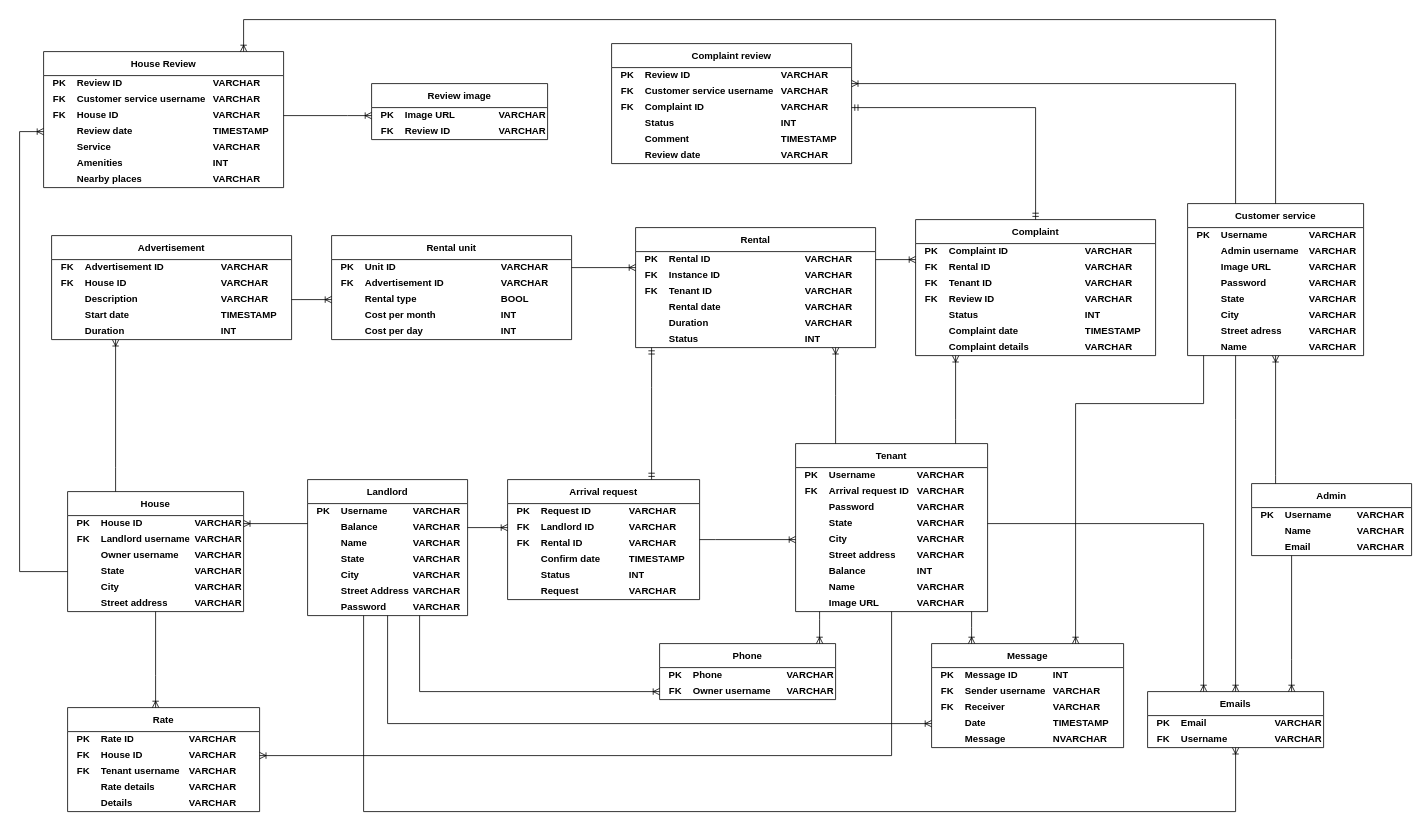
Semsary/Documentation keeps this draw.io diagram as docs/diagrams/schema/final schema.drawio. Above is the earlier version. Source tidied: cells renumbered, new cells numbered last; positions are measured from the earlier drawing's top-left corner, leaving out a move shared by most shapes. Both pictures are drawn from the tidied source at 80%, with x=0, y=0 at pixel (19, 19).
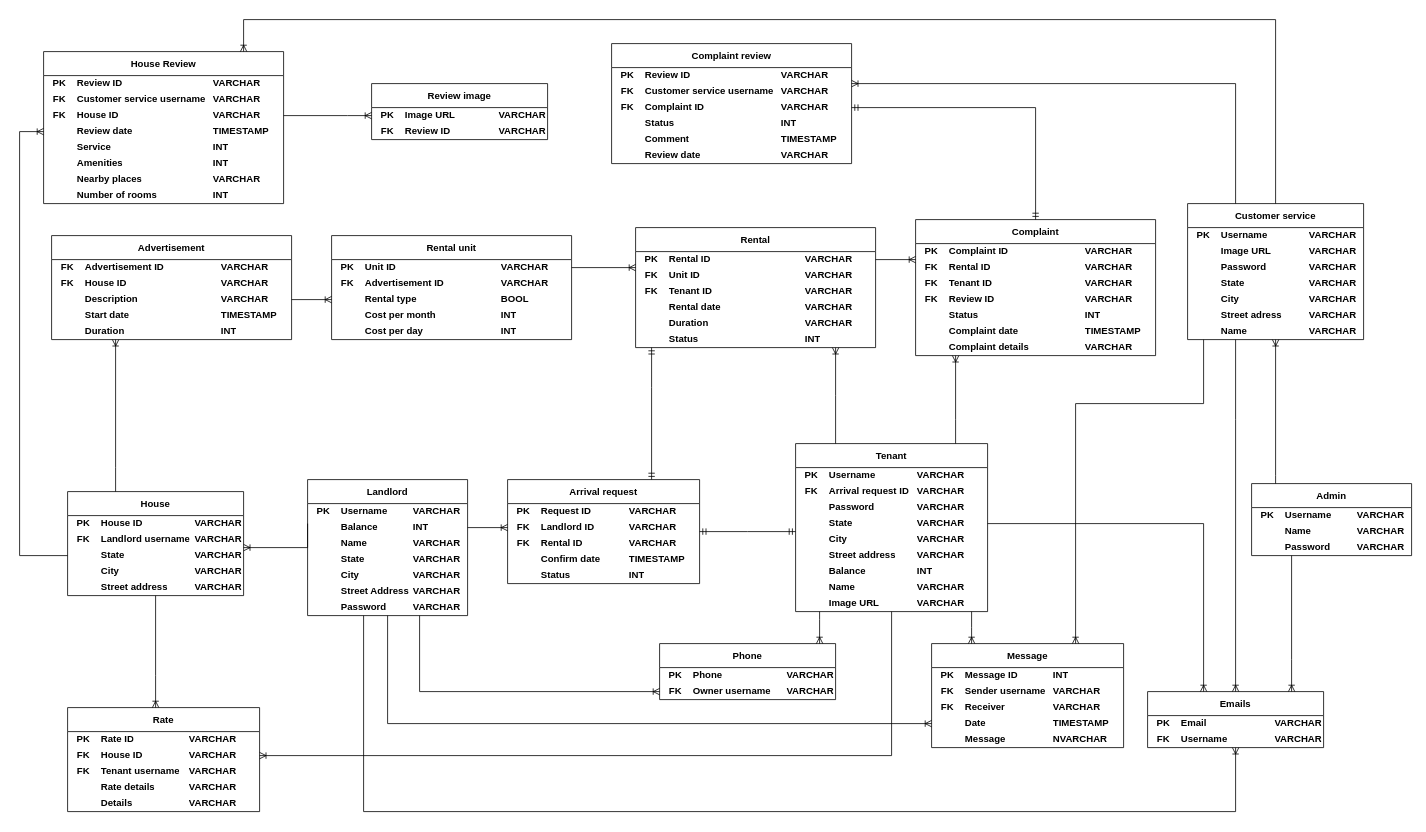
The same page after the edit.

Commit message (it also covers changes not shown here):
erd and schema updated

Unchanged cells that the change refers to:
```xml
<mxCell id="3" style="shape=tableRow;horizontal=0;startSize=0;swimlaneHead=0;swimlaneBody=0;strokeColor=inherit;top=0;left=0;bottom=0;right=0;fillColor=none;points=[[0,0.5],[1,0.5]];portConstraint=eastwest;fontStyle=1;" parent="2" vertex="1">
  <mxGeometry y="30" width="220" height="20" as="geometry" />
</mxCell>
<mxCell id="32" style="shape=tableRow;horizontal=0;startSize=0;swimlaneHead=0;swimlaneBody=0;strokeColor=inherit;top=0;left=0;bottom=0;right=0;fillColor=none;points=[[0,0.5],[1,0.5]];portConstraint=eastwest;fontStyle=1;" parent="27" vertex="1">
  <mxGeometry y="50" width="200" height="20" as="geometry" />
</mxCell>
<mxCell id="75" style="shape=tableRow;horizontal=0;startSize=0;swimlaneHead=0;swimlaneBody=0;strokeColor=inherit;top=0;left=0;bottom=0;right=0;fillColor=none;points=[[0,0.5],[1,0.5]];portConstraint=eastwest;fontStyle=1;" parent="66" vertex="1">
  <mxGeometry y="70" width="200" height="20" as="geometry" />
</mxCell>
<mxCell id="125" style="shape=tableRow;horizontal=0;startSize=0;swimlaneHead=0;swimlaneBody=0;strokeColor=inherit;top=0;left=0;bottom=0;right=0;fillColor=none;points=[[0,0.5],[1,0.5]];portConstraint=eastwest;fontStyle=1;" parent="112" vertex="1">
  <mxGeometry y="90" width="300" height="20" as="geometry" />
</mxCell>
<mxCell id="129" style="shape=tableRow;horizontal=0;startSize=0;swimlaneHead=0;swimlaneBody=0;strokeColor=inherit;top=0;left=0;bottom=0;right=0;fillColor=none;fontStyle=1;" parent="112" vertex="1">
  <mxGeometry y="110" width="300" height="20" as="geometry" />
</mxCell>
<mxCell id="172" style="shape=tableRow;horizontal=0;startSize=0;swimlaneHead=0;swimlaneBody=0;strokeColor=inherit;top=0;left=0;bottom=0;right=0;fillColor=none;points=[[0,0.5],[1,0.5]];portConstraint=eastwest;fontStyle=1;" parent="167" vertex="1">
  <mxGeometry y="50" width="240" height="20" as="geometry" />
</mxCell>
<mxCell id="176" style="shape=tableRow;horizontal=0;startSize=0;swimlaneHead=0;swimlaneBody=0;strokeColor=inherit;top=0;left=0;bottom=0;right=0;fillColor=none;points=[[0,0.5],[1,0.5]];portConstraint=eastwest;fontStyle=1;" parent="167" vertex="1">
  <mxGeometry y="70" width="240" height="20" as="geometry" />
</mxCell>
<mxCell id="206" style="shape=tableRow;horizontal=0;startSize=0;swimlaneHead=0;swimlaneBody=0;strokeColor=inherit;top=0;left=0;bottom=0;right=0;fillColor=none;points=[[0,0.5],[1,0.5]];portConstraint=eastwest;fontStyle=1;" parent="193" vertex="1">
  <mxGeometry y="90" width="240" height="20" as="geometry" />
</mxCell>
<mxCell id="210" style="shape=tableRow;horizontal=0;startSize=0;swimlaneHead=0;swimlaneBody=0;strokeColor=inherit;top=0;left=0;bottom=0;right=0;fillColor=none;points=[[0,0.5],[1,0.5]];portConstraint=eastwest;fontStyle=1;" parent="193" vertex="1">
  <mxGeometry y="110" width="240" height="20" as="geometry" />
</mxCell>
<mxCell id="307" style="shape=tableRow;horizontal=0;startSize=0;swimlaneHead=0;swimlaneBody=0;strokeColor=inherit;top=0;left=0;bottom=0;right=0;fillColor=none;fontStyle=1;" parent="302" vertex="1">
  <mxGeometry y="50" width="300" height="20" as="geometry" />
</mxCell>
<mxCell id="386" value="Message" style="shape=table;startSize=30;childLayout=tableLayout;shadow=0;swimlaneLine=1;rounded=0;gradientColor=none;swimlaneFillColor=default;align=center;columnLines=0;rowLines=0;fontStyle=1;" parent="1" vertex="1">
  <mxGeometry x="1140" y="780" width="240" height="130" as="geometry" />
</mxCell>
```

Diff of the diagram source:
```diff
@@
     <mxCell id="2" value="House" style="shape=table;startSize=30;childLayout=tableLayout;shadow=0;swimlaneLine=1;rounded=0;gradientColor=none;swimlaneFillColor=default;align=center;columnLines=0;rowLines=0;fontStyle=1;" parent="1" vertex="1">
-      <mxGeometry x="60" y="590" width="220" height="150" as="geometry" />
+      <mxGeometry x="60" y="590" width="220" height="130" as="geometry" />
     </mxCell>
@@
-    <mxCell id="11" style="shape=tableRow;horizontal=0;startSize=0;swimlaneHead=0;swimlaneBody=0;strokeColor=inherit;top=0;left=0;bottom=0;right=0;fillColor=none;fontStyle=1;" parent="2" vertex="1">
-      <mxGeometry y="70" width="220" height="20" as="geometry" />
-    </mxCell>
-    <mxCell id="12" style="shape=partialRectangle;html=1;whiteSpace=wrap;strokeColor=inherit;overflow=hidden;fillColor=none;top=0;left=0;bottom=0;right=0;fontStyle=1;" parent="11" vertex="1">
-      <mxGeometry width="40" height="20" as="geometry" />
-    </mxCell>
-    <mxCell id="13" value="Owner username" style="shape=partialRectangle;html=1;whiteSpace=wrap;strokeColor=inherit;overflow=hidden;fillColor=none;top=0;left=0;bottom=0;right=0;align=left;fontStyle=1;" parent="11" vertex="1">
-      <mxGeometry x="40" width="117" height="20" as="geometry" />
-    </mxCell>
-    <mxCell id="14" value="VARCHAR" style="shape=partialRectangle;html=1;whiteSpace=wrap;strokeColor=inherit;overflow=hidden;fillColor=none;top=0;left=0;bottom=0;right=0;align=left;fontStyle=1;" parent="11" vertex="1">
-      <mxGeometry x="157" width="63" height="20" as="geometry" />
-    </mxCell>
     <mxCell id="15" style="shape=tableRow;horizontal=0;startSize=0;swimlaneHead=0;swimlaneBody=0;strokeColor=inherit;top=0;left=0;bottom=0;right=0;fillColor=none;points=[[0,0.5],[1,0.5]];portConstraint=eastwest;fontStyle=1;" parent="2" vertex="1">
-      <mxGeometry y="90" width="220" height="20" as="geometry" />
+      <mxGeometry y="70" width="220" height="20" as="geometry" />
     </mxCell>
@@
     <mxCell id="19" style="shape=tableRow;horizontal=0;startSize=0;swimlaneHead=0;swimlaneBody=0;strokeColor=inherit;top=0;left=0;bottom=0;right=0;fillColor=none;fontStyle=1;" parent="2" vertex="1">
-      <mxGeometry y="110" width="220" height="20" as="geometry" />
+      <mxGeometry y="90" width="220" height="20" as="geometry" />
     </mxCell>
@@
     <mxCell id="23" style="shape=tableRow;horizontal=0;startSize=0;swimlaneHead=0;swimlaneBody=0;strokeColor=inherit;top=0;left=0;bottom=0;right=0;fillColor=none;points=[[0,0.5],[1,0.5]];portConstraint=eastwest;fontStyle=1;" parent="2" vertex="1">
-      <mxGeometry y="130" width="220" height="20" as="geometry" />
+      <mxGeometry y="110" width="220" height="20" as="geometry" />
     </mxCell>
@@
-    <mxCell id="35" value="VARCHAR" style="shape=partialRectangle;html=1;whiteSpace=wrap;strokeColor=inherit;overflow=hidden;fillColor=none;top=0;left=0;bottom=0;right=0;align=left;fontStyle=1;" parent="32" vertex="1">
+    <mxCell id="35" value="INT" style="shape=partialRectangle;html=1;whiteSpace=wrap;strokeColor=inherit;overflow=hidden;fillColor=none;top=0;left=0;bottom=0;right=0;align=left;fontStyle=1;" parent="32" vertex="1">
       <mxGeometry x="130" width="70" height="20" as="geometry" />
     </mxCell>
@@
-    <mxCell id="65" style="edgeStyle=orthogonalEdgeStyle;fontSize=12;html=1;endArrow=ERoneToMany;rounded=0;fontStyle=1;" parent="1" edge="1" target="3">
+    <mxCell id="65" style="edgeStyle=orthogonalEdgeStyle;fontSize=12;html=1;endArrow=ERoneToMany;rounded=0;fontStyle=1;" parent="1" edge="1" target="15">
       <mxGeometry relative="1" as="geometry">
         <mxPoint x="360" y="630" as="sourcePoint" />
         <Array as="points">
-          <mxPoint x="360" y="630" />
+          <mxPoint x="360" y="660" />
         </Array>
       </mxGeometry>
     </mxCell>
@@
-    <mxCell id="77" value="Email" style="shape=partialRectangle;html=1;whiteSpace=wrap;strokeColor=inherit;overflow=hidden;fillColor=none;top=0;left=0;bottom=0;right=0;align=left;fontStyle=1;" parent="75" vertex="1">
+    <mxCell id="77" value="Password" style="shape=partialRectangle;html=1;whiteSpace=wrap;strokeColor=inherit;overflow=hidden;fillColor=none;top=0;left=0;bottom=0;right=0;align=left;fontStyle=1;" parent="75" vertex="1">
       <mxGeometry x="40" width="90" height="20" as="geometry" />
     </mxCell>
@@
     <mxCell id="79" value="Customer service" style="shape=table;startSize=30;childLayout=tableLayout;shadow=0;swimlaneLine=1;rounded=0;gradientColor=none;swimlaneFillColor=default;align=center;columnLines=0;rowLines=0;fontStyle=1;" parent="1" vertex="1">
-      <mxGeometry x="1460" y="230" width="220" height="190" as="geometry" />
+      <mxGeometry x="1460" y="230" width="220" height="170" as="geometry" />
     </mxCell>
@@
-    <mxCell id="84" style="shape=tableRow;horizontal=0;startSize=0;swimlaneHead=0;swimlaneBody=0;strokeColor=inherit;top=0;left=0;bottom=0;right=0;fillColor=none;fontStyle=1;" parent="79" vertex="1">
-      <mxGeometry y="50" width="220" height="20" as="geometry" />
-    </mxCell>
-    <mxCell id="85" style="shape=partialRectangle;html=1;whiteSpace=wrap;strokeColor=inherit;overflow=hidden;fillColor=none;top=0;left=0;bottom=0;right=0;fontStyle=1;" parent="84" vertex="1">
-      <mxGeometry width="40" height="20" as="geometry" />
-    </mxCell>
-    <mxCell id="86" value="Admin username" style="shape=partialRectangle;html=1;whiteSpace=wrap;strokeColor=inherit;overflow=hidden;fillColor=none;top=0;left=0;bottom=0;right=0;align=left;fontStyle=1;" parent="84" vertex="1">
-      <mxGeometry x="40" width="110" height="20" as="geometry" />
-    </mxCell>
-    <mxCell id="87" value="VARCHAR" style="shape=partialRectangle;html=1;whiteSpace=wrap;strokeColor=inherit;overflow=hidden;fillColor=none;top=0;left=0;bottom=0;right=0;align=left;fontStyle=1;" parent="84" vertex="1">
-      <mxGeometry x="150" width="70" height="20" as="geometry" />
-    </mxCell>
     <mxCell id="88" style="shape=tableRow;horizontal=0;startSize=0;swimlaneHead=0;swimlaneBody=0;strokeColor=inherit;top=0;left=0;bottom=0;right=0;fillColor=none;fontStyle=1;" parent="79" vertex="1">
-      <mxGeometry y="70" width="220" height="20" as="geometry" />
+      <mxGeometry y="50" width="220" height="20" as="geometry" />
     </mxCell>
@@
     <mxCell id="92" style="shape=tableRow;horizontal=0;startSize=0;swimlaneHead=0;swimlaneBody=0;strokeColor=inherit;top=0;left=0;bottom=0;right=0;fillColor=none;fontStyle=1;" parent="79" vertex="1">
-      <mxGeometry y="90" width="220" height="20" as="geometry" />
+      <mxGeometry y="70" width="220" height="20" as="geometry" />
     </mxCell>
@@
     <mxCell id="96" style="shape=tableRow;horizontal=0;startSize=0;swimlaneHead=0;swimlaneBody=0;strokeColor=inherit;top=0;left=0;bottom=0;right=0;fillColor=none;fontStyle=1;" parent="79" vertex="1">
-      <mxGeometry y="110" width="220" height="20" as="geometry" />
+      <mxGeometry y="90" width="220" height="20" as="geometry" />
     </mxCell>
@@
     <mxCell id="100" style="shape=tableRow;horizontal=0;startSize=0;swimlaneHead=0;swimlaneBody=0;strokeColor=inherit;top=0;left=0;bottom=0;right=0;fillColor=none;fontStyle=1;" parent="79" vertex="1">
-      <mxGeometry y="130" width="220" height="20" as="geometry" />
+      <mxGeometry y="110" width="220" height="20" as="geometry" />
     </mxCell>
@@
     <mxCell id="104" style="shape=tableRow;horizontal=0;startSize=0;swimlaneHead=0;swimlaneBody=0;strokeColor=inherit;top=0;left=0;bottom=0;right=0;fillColor=none;fontStyle=1;" parent="79" vertex="1">
-      <mxGeometry y="150" width="220" height="20" as="geometry" />
+      <mxGeometry y="130" width="220" height="20" as="geometry" />
     </mxCell>
@@
     <mxCell id="108" style="shape=tableRow;horizontal=0;startSize=0;swimlaneHead=0;swimlaneBody=0;strokeColor=inherit;top=0;left=0;bottom=0;right=0;fillColor=none;points=[[0,0.5],[1,0.5]];portConstraint=eastwest;fontStyle=1;" parent="79" vertex="1">
-      <mxGeometry y="170" width="220" height="20" as="geometry" />
+      <mxGeometry y="150" width="220" height="20" as="geometry" />
     </mxCell>
@@
     <mxCell id="112" value="House Review" style="shape=table;startSize=30;childLayout=tableLayout;shadow=0;swimlaneLine=1;rounded=0;gradientColor=none;swimlaneFillColor=default;align=center;columnLines=0;rowLines=0;fontStyle=1;" parent="1" vertex="1">
-      <mxGeometry x="30" y="40" width="300" height="170" as="geometry" />
+      <mxGeometry x="30" y="40" width="300" height="190" as="geometry" />
     </mxCell>
@@
-    <mxCell id="132" value="VARCHAR" style="shape=partialRectangle;html=1;whiteSpace=wrap;strokeColor=inherit;overflow=hidden;fillColor=none;top=0;left=0;bottom=0;right=0;align=left;fontStyle=1;" parent="129" vertex="1">
+    <mxCell id="132" value="INT" style="shape=partialRectangle;html=1;whiteSpace=wrap;strokeColor=inherit;overflow=hidden;fillColor=none;top=0;left=0;bottom=0;right=0;align=left;fontStyle=1;" parent="129" vertex="1">
       <mxGeometry x="210" width="90" height="20" as="geometry" />
     </mxCell>
@@
+    <mxCell id="410" style="shape=tableRow;horizontal=0;startSize=0;swimlaneHead=0;swimlaneBody=0;strokeColor=inherit;top=0;left=0;bottom=0;right=0;fillColor=none;fontStyle=1;" parent="112" vertex="1">
+      <mxGeometry y="170" width="300" height="20" as="geometry" />
+    </mxCell>
+    <mxCell id="411" style="shape=partialRectangle;html=1;whiteSpace=wrap;strokeColor=inherit;overflow=hidden;fillColor=none;top=0;left=0;bottom=0;right=0;fontStyle=1;" parent="410" vertex="1">
+      <mxGeometry width="40" height="20" as="geometry" />
+    </mxCell>
+    <mxCell id="412" value="Number of rooms" style="shape=partialRectangle;html=1;whiteSpace=wrap;strokeColor=inherit;overflow=hidden;fillColor=none;top=0;left=0;bottom=0;right=0;align=left;fontStyle=1;" parent="410" vertex="1">
+      <mxGeometry x="40" width="170" height="20" as="geometry" />
+    </mxCell>
+    <mxCell id="413" value="INT" style="shape=partialRectangle;html=1;whiteSpace=wrap;strokeColor=inherit;overflow=hidden;fillColor=none;top=0;left=0;bottom=0;right=0;align=left;fontStyle=1;" parent="410" vertex="1">
+      <mxGeometry x="210" width="90" height="20" as="geometry" />
+    </mxCell>
@@
     <mxCell id="164" style="edgeStyle=orthogonalEdgeStyle;fontSize=12;html=1;endArrow=ERoneToMany;rounded=0;fontStyle=1;" parent="1" edge="1" source="15" target="125">
       <mxGeometry relative="1" as="geometry">
         <Array as="points">
-          <mxPoint y="690" />
+          <mxPoint y="670" />
           <mxPoint y="140" />
         </Array>
       </mxGeometry>
     </mxCell>
@@
     <mxCell id="167" value="Arrival request" style="shape=table;startSize=30;childLayout=tableLayout;shadow=0;swimlaneLine=1;rounded=0;gradientColor=none;swimlaneFillColor=default;align=center;columnLines=0;rowLines=0;fontStyle=1;" parent="1" vertex="1">
-      <mxGeometry x="610" y="575" width="240" height="150" as="geometry" />
+      <mxGeometry x="610" y="575" width="240" height="130" as="geometry" />
     </mxCell>
@@
-    <mxCell id="188" style="shape=tableRow;horizontal=0;startSize=0;swimlaneHead=0;swimlaneBody=0;strokeColor=inherit;top=0;left=0;bottom=0;right=0;fillColor=none;fontStyle=1;" parent="167" vertex="1">
-      <mxGeometry y="130" width="240" height="20" as="geometry" />
-    </mxCell>
-    <mxCell id="189" style="shape=partialRectangle;html=1;whiteSpace=wrap;strokeColor=inherit;overflow=hidden;fillColor=none;top=0;left=0;bottom=0;right=0;fontStyle=1;" parent="188" vertex="1">
-      <mxGeometry width="40" height="20" as="geometry" />
-    </mxCell>
-    <mxCell id="190" value="Request" style="shape=partialRectangle;html=1;whiteSpace=wrap;strokeColor=inherit;overflow=hidden;fillColor=none;top=0;left=0;bottom=0;right=0;align=left;fontStyle=1;" parent="188" vertex="1">
-      <mxGeometry x="40" width="110" height="20" as="geometry" />
-    </mxCell>
-    <mxCell id="191" value="VARCHAR" style="shape=partialRectangle;html=1;whiteSpace=wrap;strokeColor=inherit;overflow=hidden;fillColor=none;top=0;left=0;bottom=0;right=0;align=left;fontStyle=1;" parent="188" vertex="1">
-      <mxGeometry x="150" width="90" height="20" as="geometry" />
-    </mxCell>
@@
-    <mxCell id="231" style="edgeStyle=orthogonalEdgeStyle;fontSize=12;html=1;endArrow=ERoneToMany;rounded=0;fontStyle=1;" parent="1" edge="1" source="176" target="210">
-      <mxGeometry relative="1" as="geometry">
-        <Array as="points">
-          <mxPoint x="870" y="650" />
-          <mxPoint x="870" y="650" />
-        </Array>
-      </mxGeometry>
-    </mxCell>
@@
-    <mxCell id="309" value="Instance ID" style="shape=partialRectangle;html=1;whiteSpace=wrap;strokeColor=inherit;overflow=hidden;fillColor=none;top=0;left=0;bottom=0;right=0;align=left;fontStyle=1;" parent="307" vertex="1">
+    <mxCell id="309" value="Unit ID" style="shape=partialRectangle;html=1;whiteSpace=wrap;strokeColor=inherit;overflow=hidden;fillColor=none;top=0;left=0;bottom=0;right=0;align=left;fontStyle=1;" parent="307" vertex="1">
       <mxGeometry x="40" width="170" height="20" as="geometry" />
     </mxCell>
@@
-    <mxCell id="407" style="edgeStyle=orthogonalEdgeStyle;fontSize=12;html=1;endArrow=ERoneToMany;rounded=0;fontStyle=1;" parent="1" edge="1" target="386">
+    <mxCell id="407" style="edgeStyle=orthogonalEdgeStyle;fontSize=12;html=1;endArrow=ERoneToMany;rounded=0;fontStyle=1;" parent="1" edge="1" source="108" target="386">
       <mxGeometry relative="1" as="geometry">
-        <mxPoint x="1480" y="420" as="sourcePoint" />
         <Array as="points">
           <mxPoint x="1480" y="480" />
           <mxPoint x="1320" y="480" />
         </Array>
       </mxGeometry>
     </mxCell>
@@
+    <mxCell id="414" style="edgeStyle=orthogonalEdgeStyle;fontSize=12;html=1;endArrow=ERmandOne;startArrow=ERmandOne;rounded=0;fontStyle=1;" parent="1" edge="1" source="172" target="206">
+      <mxGeometry relative="1" as="geometry">
+        <Array as="points">
+          <mxPoint x="910" y="640" />
+          <mxPoint x="910" y="640" />
+        </Array>
+      </mxGeometry>
+    </mxCell>
```
